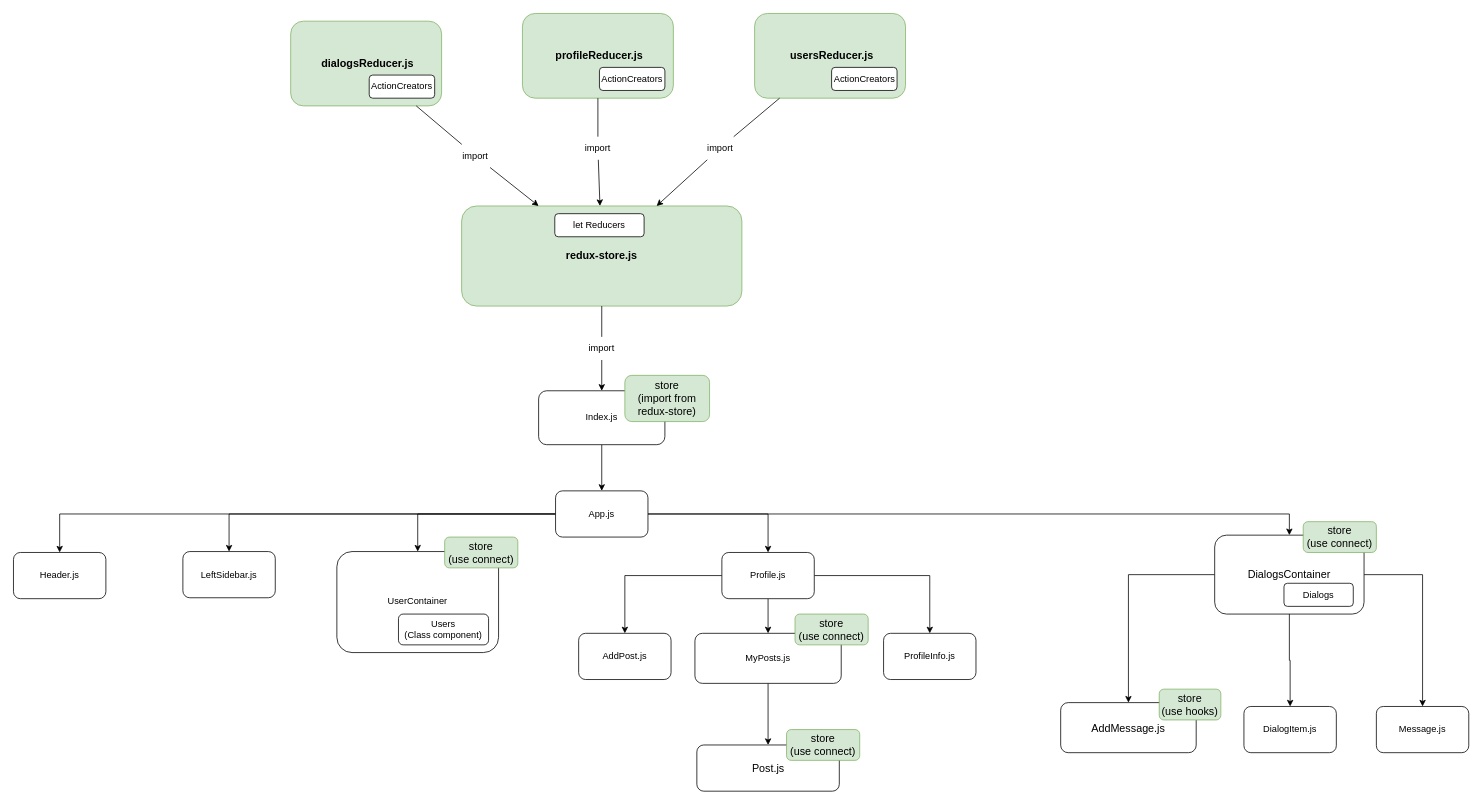
ayratkin/react-social-network keeps this draw.io diagram as React-components tree.drawio. Above is the earlier version. Source tidied: cells renumbered, new cells numbered last; positions are measured from the earlier drawing's top-left corner, leaving out a move shared by most shapes. Both pictures are drawn from the tidied source at 77%, with x=0, y=0 at pixel (13, 13).
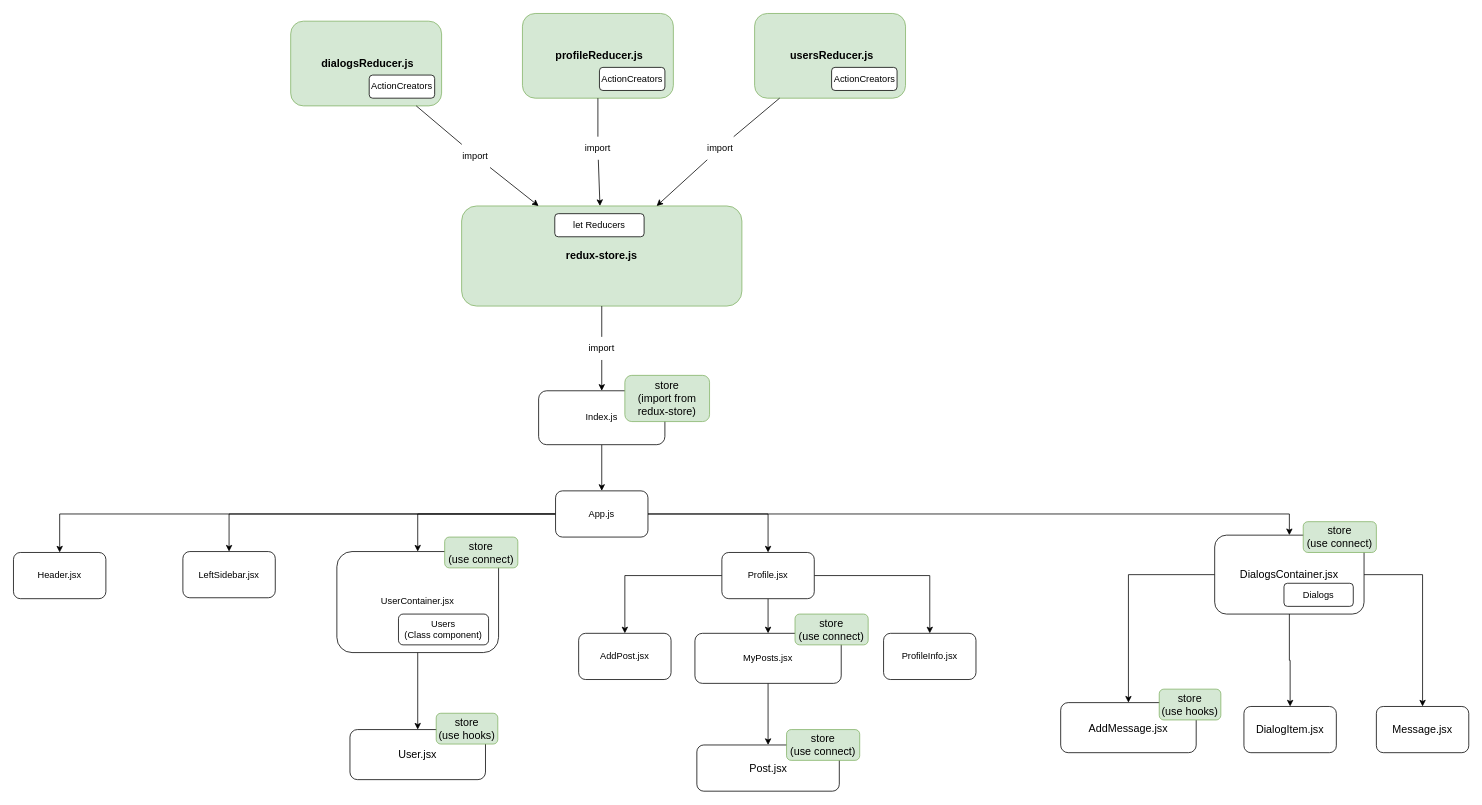
The same diagram, later.

What changed in the source:
```diff
@@
-    <mxCell id="10" value="Header.js" style="rounded=1;whiteSpace=wrap;html=1;" parent="1" vertex="1">
+    <mxCell id="10" value="Header.jsx" style="rounded=1;whiteSpace=wrap;html=1;" parent="1" vertex="1">
       <mxGeometry y="700" width="120" height="60" as="geometry" />
     </mxCell>
-    <mxCell id="11" value="LeftSidebar.js" style="rounded=1;whiteSpace=wrap;html=1;" parent="1" vertex="1">
+    <mxCell id="11" value="LeftSidebar.jsx" style="rounded=1;whiteSpace=wrap;html=1;" parent="1" vertex="1">
       <mxGeometry x="220" y="698.8" width="120" height="60" as="geometry" />
     </mxCell>
@@
-    <mxCell id="15" value="Profile.js" style="rounded=1;whiteSpace=wrap;html=1;" parent="1" vertex="1">
+    <mxCell id="15" value="Profile.jsx" style="rounded=1;whiteSpace=wrap;html=1;" parent="1" vertex="1">
       <mxGeometry x="920" y="700" width="120" height="60" as="geometry" />
     </mxCell>
@@
-    <mxCell id="18" value="DialogItem.js" style="rounded=1;whiteSpace=wrap;html=1;" parent="1" vertex="1">
+    <mxCell id="18" value="&lt;font style=&quot;font-size: 14px;&quot;&gt;DialogItem.jsx&lt;/font&gt;" style="rounded=1;whiteSpace=wrap;html=1;" parent="1" vertex="1">
       <mxGeometry x="1598" y="900" width="120" height="60" as="geometry" />
     </mxCell>
-    <mxCell id="19" value="Message.js" style="rounded=1;whiteSpace=wrap;html=1;" parent="1" vertex="1">
+    <mxCell id="19" value="&lt;font style=&quot;font-size: 14px;&quot;&gt;Message.jsx&lt;/font&gt;" style="rounded=1;whiteSpace=wrap;html=1;" parent="1" vertex="1">
       <mxGeometry x="1770" y="900" width="120" height="60" as="geometry" />
     </mxCell>
-    <mxCell id="20" value="AddPost.js" style="rounded=1;whiteSpace=wrap;html=1;" parent="1" vertex="1">
+    <mxCell id="20" value="AddPost.jsx" style="rounded=1;whiteSpace=wrap;html=1;" parent="1" vertex="1">
       <mxGeometry x="734" y="805" width="120" height="60" as="geometry" />
     </mxCell>
@@
-    <mxCell id="22" value="MyPosts.js" style="rounded=1;whiteSpace=wrap;html=1;" parent="1" vertex="1">
+    <mxCell id="22" value="MyPosts.jsx" style="rounded=1;whiteSpace=wrap;html=1;" parent="1" vertex="1">
       <mxGeometry x="885" y="805" width="190" height="65" as="geometry" />
     </mxCell>
-    <mxCell id="23" value="ProfileInfo.js" style="rounded=1;whiteSpace=wrap;html=1;" parent="1" vertex="1">
+    <mxCell id="23" value="ProfileInfo.jsx" style="rounded=1;whiteSpace=wrap;html=1;" parent="1" vertex="1">
       <mxGeometry x="1130" y="805" width="120" height="60" as="geometry" />
     </mxCell>
@@
-    <mxCell id="37" value="AddMessage.js" style="rounded=1;whiteSpace=wrap;html=1;fontSize=14;" parent="1" vertex="1">
+    <mxCell id="37" value="AddMessage.jsx" style="rounded=1;whiteSpace=wrap;html=1;fontSize=14;" parent="1" vertex="1">
       <mxGeometry x="1360" y="895" width="176" height="65" as="geometry" />
     </mxCell>
@@
-    <mxCell id="39" value="DialogsContainer" style="rounded=1;whiteSpace=wrap;html=1;fontSize=14;" parent="1" vertex="1">
+    <mxCell id="39" value="DialogsContainer.jsx" style="rounded=1;whiteSpace=wrap;html=1;fontSize=14;" parent="1" vertex="1">
       <mxGeometry x="1560" y="677.5" width="194" height="102.5" as="geometry" />
     </mxCell>
-    <mxCell id="40" value="Post.js" style="rounded=1;whiteSpace=wrap;html=1;fontSize=14;" parent="1" vertex="1">
+    <mxCell id="40" value="Post.jsx" style="rounded=1;whiteSpace=wrap;html=1;fontSize=14;" parent="1" vertex="1">
       <mxGeometry x="887.5" y="950" width="185" height="60" as="geometry" />
     </mxCell>
@@
+    <mxCell id="61" style="edgeStyle=orthogonalEdgeStyle;rounded=0;jettySize=auto;html=1;" parent="1" edge="1" source="46" target="62">
+      <mxGeometry relative="1" as="geometry" />
+    </mxCell>
-    <mxCell id="46" value="UserСontainer" style="rounded=1;whiteSpace=wrap;html=1;" parent="1" vertex="1">
+    <mxCell id="46" value="UserСontainer.jsx" style="rounded=1;whiteSpace=wrap;html=1;" parent="1" vertex="1">
       <mxGeometry x="420" y="698.8" width="210" height="131.2" as="geometry" />
     </mxCell>
@@
+    <mxCell id="62" value="User.jsx" style="rounded=1;whiteSpace=wrap;html=1;fontSize=14;" parent="1" vertex="1">
+      <mxGeometry x="437" y="930" width="176" height="65" as="geometry" />
+    </mxCell>
+    <mxCell id="63" value="store&lt;br&gt;(use hooks)" style="rounded=1;whiteSpace=wrap;html=1;fontSize=14;fillColor=#d5e8d4;strokeColor=#82b366;" parent="1" vertex="1">
+      <mxGeometry x="549" y="908.8" width="80" height="40" as="geometry" />
+    </mxCell>
```
